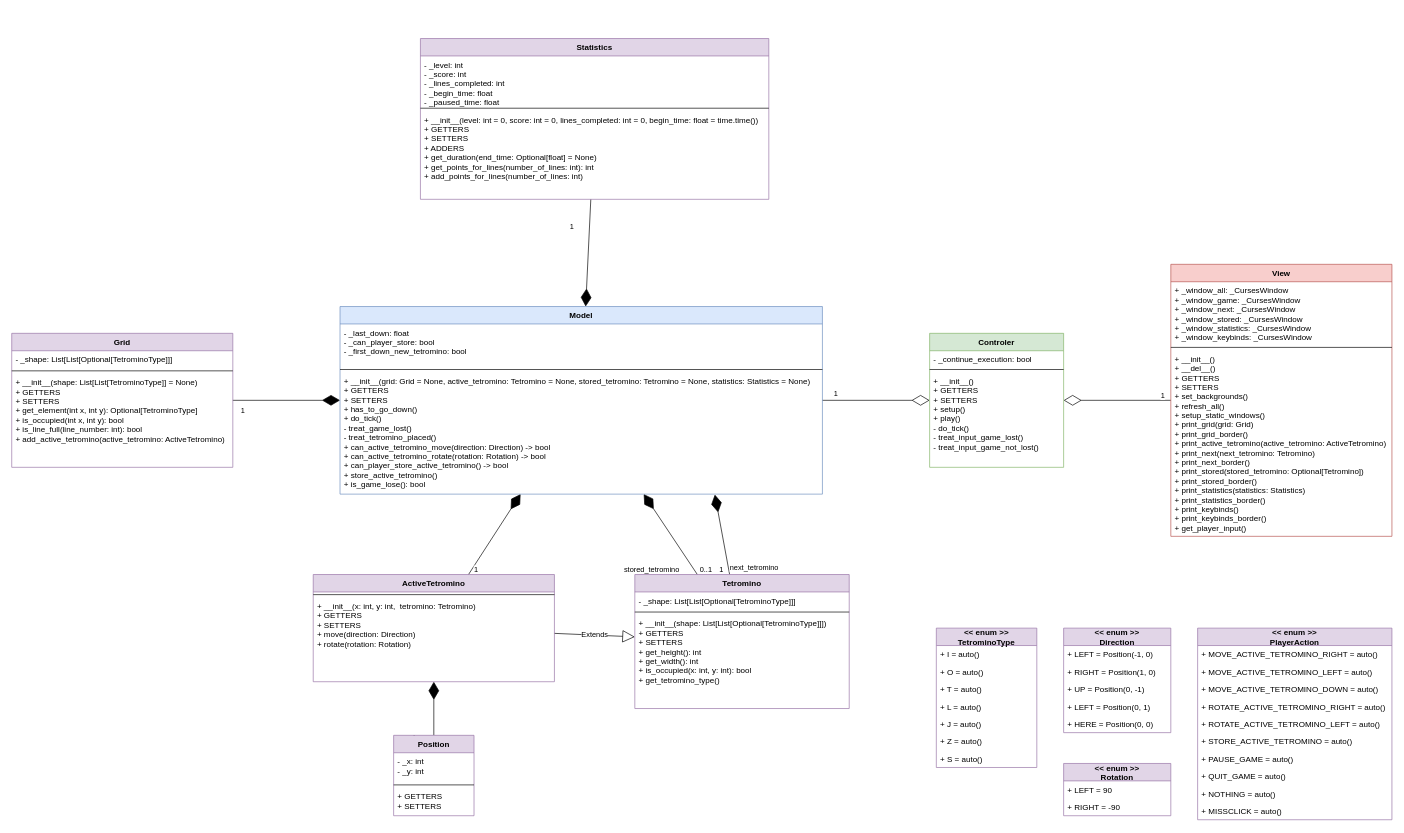
Before: information/class diagram.drawio in le-chartreux/Tertris, a draw.io diagram. Source tidied: cells renumbered, new cells numbered last; positions are measured from the earlier drawing's top-left corner, leaving out a move shared by most shapes. Both pictures are drawn from the tidied source at 67%, with x=0, y=0 at pixel (11, 38).
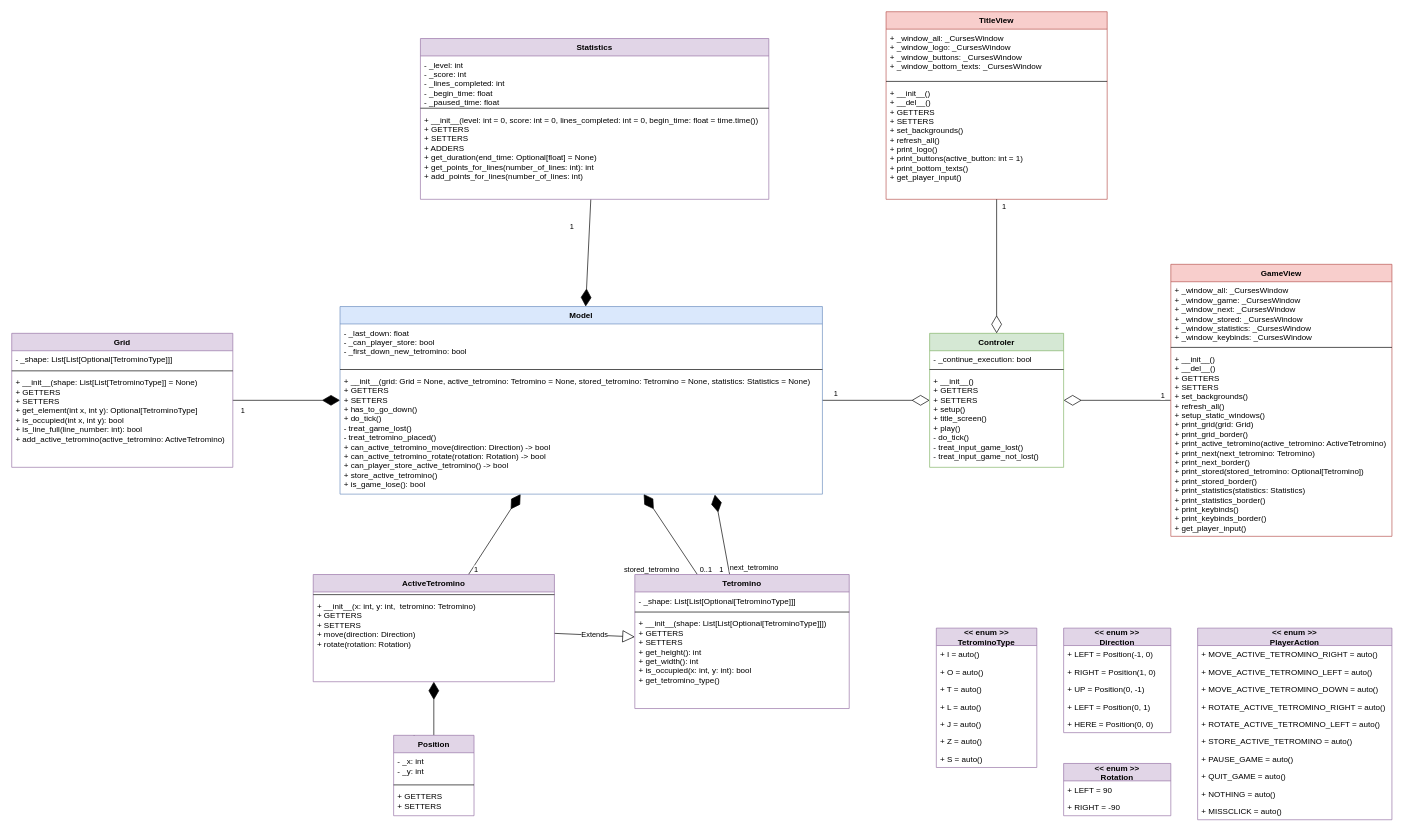
The same page after the edit.

Commit message (it also covers changes not shown here):
Adaptation to the new view (TitleView)

The change refers to these unchanged cells:
```xml
<mxCell id="76" value="Controler" style="swimlane;fontStyle=1;align=center;verticalAlign=top;horizontal=1;startSize=26;fillColor=#d5e8d4;strokeColor=#82b366;" parent="1" vertex="1">
  <mxGeometry x="1370" y="440" width="200" height="200" as="geometry" />
</mxCell>
```

The edit, as a diff of the source:
```diff
@@
-    <mxCell id="25" value="View" style="swimlane;fontStyle=1;align=center;verticalAlign=top;horizontal=1;startSize=26;fillColor=#f8cecc;strokeColor=#b85450;" parent="1" vertex="1">
+    <mxCell id="25" value="GameView" style="swimlane;fontStyle=1;align=center;verticalAlign=top;horizontal=1;startSize=26;fillColor=#f8cecc;strokeColor=#b85450;" parent="1" vertex="1">
       <mxGeometry x="1730" y="337" width="330" height="406" as="geometry" />
     </mxCell>
@@
-    <mxCell id="79" value="+ __init__()&#10;+ GETTERS&#10;+ SETTERS&#10;+ setup()&#10;+ play()&#10;- do_tick()&#10;- treat_input_game_lost()&#10;- treat_input_game_not_lost()" style="text;strokeColor=none;fillColor=none;align=left;verticalAlign=top;spacingLeft=4;spacingRight=4;overflow=hidden;" parent="76" vertex="1">
+    <mxCell id="79" value="+ __init__()&#10;+ GETTERS&#10;+ SETTERS&#10;+ setup()&#10;+ title_screen()&#10;+ play()&#10;- do_tick()&#10;- treat_input_game_lost()&#10;- treat_input_game_not_lost()" style="text;strokeColor=none;fillColor=none;align=left;verticalAlign=top;spacingLeft=4;spacingRight=4;overflow=hidden;" parent="76" vertex="1">
       <mxGeometry y="58" width="200" height="142" as="geometry" />
     </mxCell>
+    <mxCell id="80" value="TitleView" style="swimlane;fontStyle=1;align=center;verticalAlign=top;horizontal=1;startSize=26;fillColor=#f8cecc;strokeColor=#b85450;" parent="1" vertex="1">
+      <mxGeometry x="1305" y="-40" width="330" height="280" as="geometry" />
+    </mxCell>
+    <mxCell id="81" value="+ _window_all: _CursesWindow&#10;+ _window_logo: _CursesWindow&#10;+ _window_buttons: _CursesWindow&#10;+ _window_bottom_texts: _CursesWindow" style="text;strokeColor=none;fillColor=none;align=left;verticalAlign=top;spacingLeft=4;spacingRight=4;overflow=hidden;" parent="80" vertex="1">
+      <mxGeometry y="26" width="330" height="74" as="geometry" />
+    </mxCell>
+    <mxCell id="82" style="line;strokeWidth=1;fillColor=none;align=left;verticalAlign=middle;spacingTop=-1;spacingLeft=3;spacingRight=3;labelPosition=right;" parent="80" vertex="1">
+      <mxGeometry y="100" width="330" height="8" as="geometry" />
+    </mxCell>
+    <mxCell id="83" value="+ __init__()&#10;+ __del__()&#10;+ GETTERS&#10;+ SETTERS&#10;+ set_backgrounds()&#10;+ refresh_all()&#10;+ print_logo()&#10;+ print_buttons(active_button: int = 1)&#10;+ print_bottom_texts()&#10;+ get_player_input()" style="text;strokeColor=none;fillColor=none;align=left;verticalAlign=top;spacingLeft=4;spacingRight=4;overflow=hidden;" parent="80" vertex="1">
+      <mxGeometry y="108" width="330" height="172" as="geometry" />
+    </mxCell>
+    <mxCell id="84" style="endArrow=diamondThin;endFill=0;endSize=24;html=1;" parent="1" edge="1" source="80" target="76">
+      <mxGeometry relative="1" as="geometry" />
+    </mxCell>
+    <mxCell id="85" value="1" style="edgeLabel;html=1;align=center;verticalAlign=middle;" parent="84" vertex="1">
+      <mxGeometry x="-0.85" relative="1" as="geometry">
+        <mxPoint x="10" y="-4.7" as="offset" />
+      </mxGeometry>
+    </mxCell>
```
